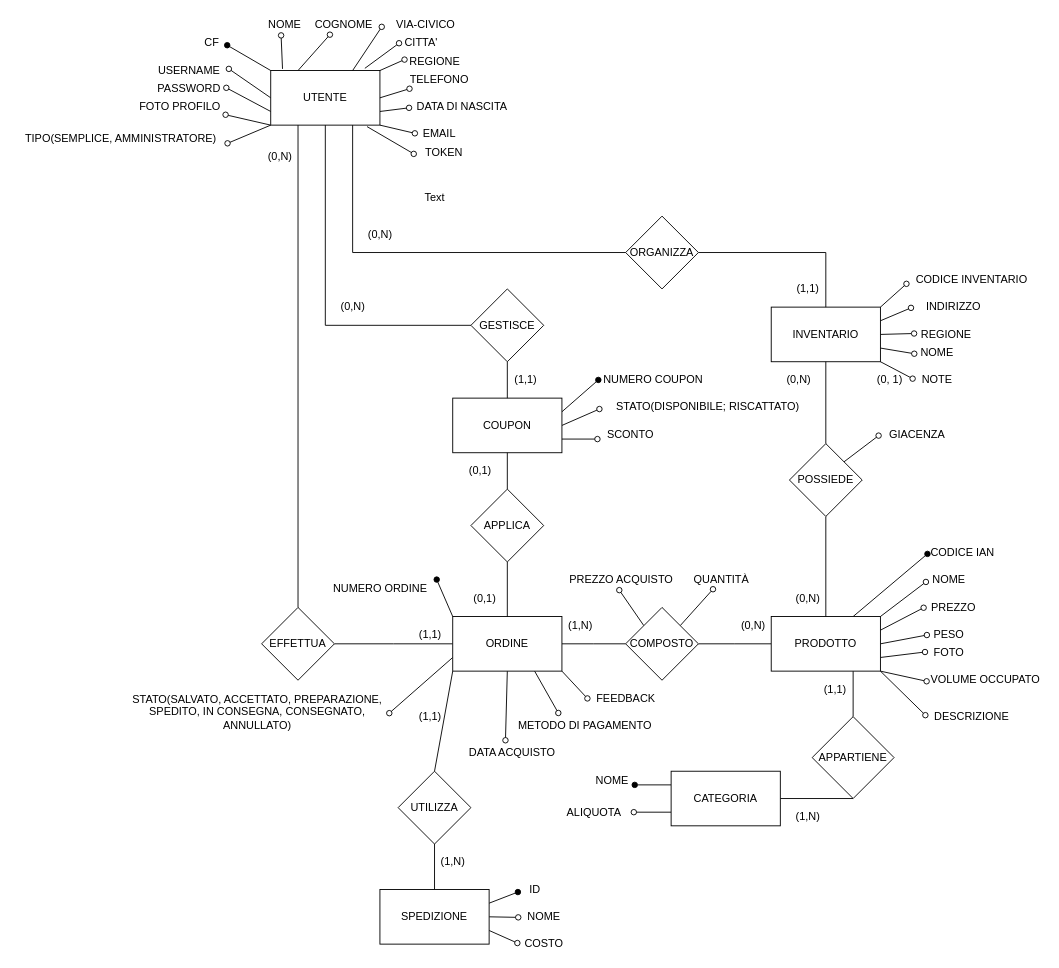
Before: documentazione/ProgettoTSW.drawio in AngeloMeo/UniMart, a draw.io diagram. Source tidied: cells renumbered, new cells numbered last; positions are measured from the earlier drawing's top-left corner, leaving out a move shared by most shapes. Both pictures are drawn from the tidied source at 91%, with x=0, y=0 at pixel (15, 15).
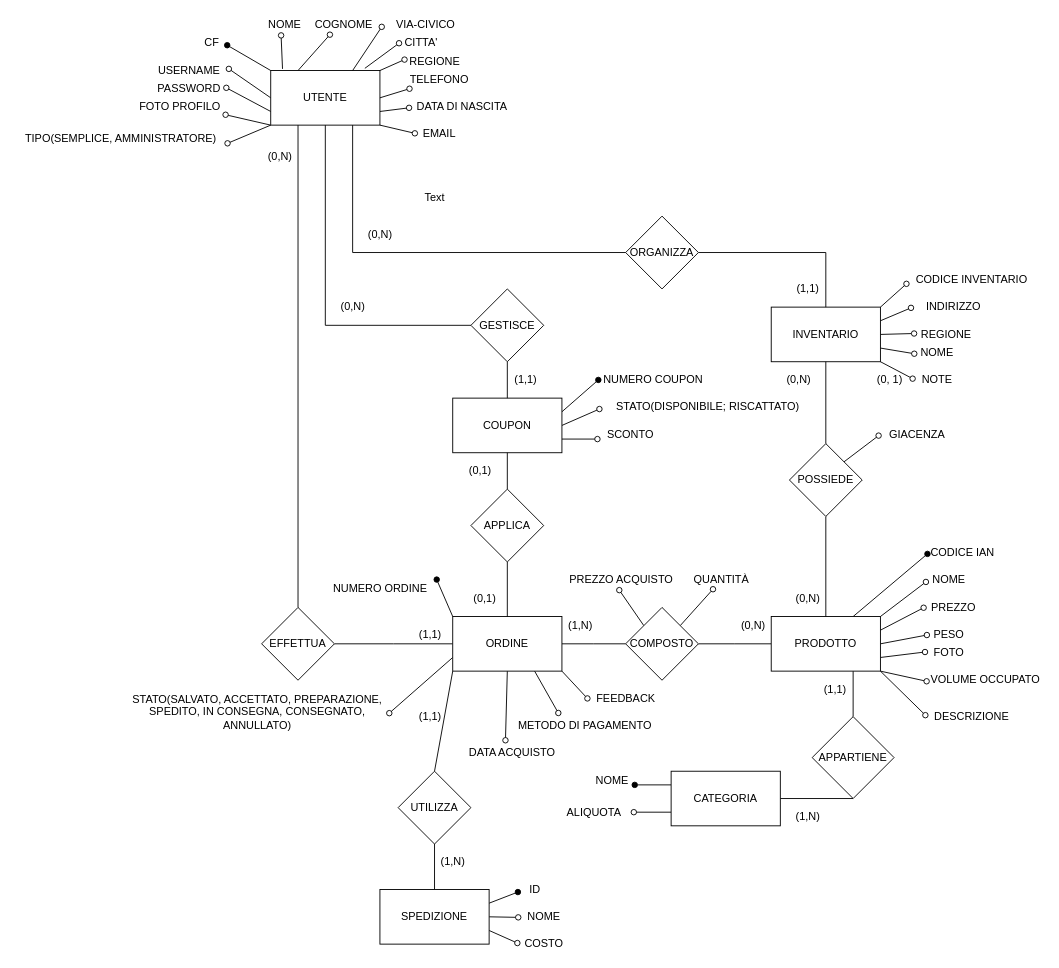
After the change.

Unchanged cells that the change refers to:
```xml
<mxCell id="11" value="UTENTE" style="rounded=0;whiteSpace=wrap;html=1;" parent="1" vertex="1">
  <mxGeometry x="280" y="60" width="120" height="60" as="geometry" />
</mxCell>
```

The edit, as a diff of the source:
```diff
@@
-    <mxCell id="89" value="TOKEN" style="text;html=1;align=center;verticalAlign=middle;points=[];" parent="1" vertex="1">
-      <mxGeometry x="440" y="140" width="60" height="20" as="geometry" />
-    </mxCell>
-    <mxCell id="90" style="edgeStyle=none;rounded=0;jettySize=auto;html=1;exitX=0.882;exitY=1.027;exitDx=0;exitDy=0;endArrow=oval;endFill=0;entryX=-0.047;entryY=0.58;entryDx=0;entryDy=0;entryPerimeter=0;exitPerimeter=0;" parent="1" edge="1" source="11" target="89">
-      <mxGeometry relative="1" as="geometry" />
-    </mxCell>
```
